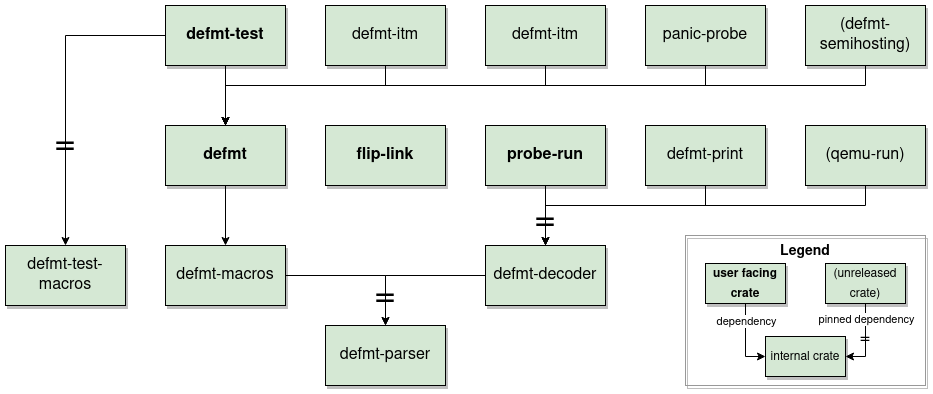
Above: assets/defmt.png in knurling-rs/defmt (draw.io), before the change. Source tidied: cells renumbered, new cells last; positions are measured from the earlier drawing's top-left corner, leaving out a move shared by most shapes.
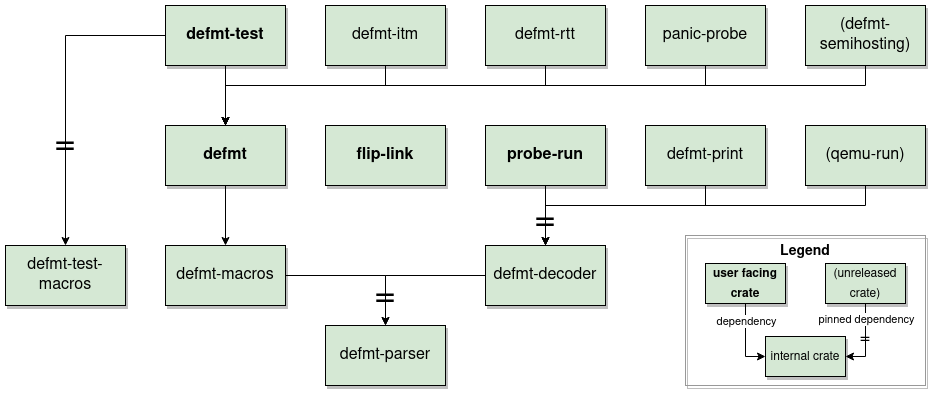
The same diagram one commit later.

Commit message:
Replace duplicate defmt-itm with defmt-rtt

What changed in the source:
```diff
@@ -68,7 +68,7 @@
         </Array>
       </mxGeometry>
     </mxCell>
-    <mxCell id="19" value="&lt;font style=&quot;font-size: 16px&quot;&gt;defmt&lt;/font&gt;-itm" style="rounded=0;whiteSpace=wrap;html=1;fontSize=16;shadow=1;fillColor=#D5E8D4;" parent="1" vertex="1">
+    <mxCell id="19" value="&lt;font style=&quot;font-size: 16px&quot;&gt;defmt&lt;/font&gt;-rtt" style="rounded=0;whiteSpace=wrap;html=1;fontSize=16;shadow=1;fillColor=#D5E8D4;" parent="1" vertex="1">
       <mxGeometry x="480" width="120" height="60" as="geometry" />
     </mxCell>
     <mxCell id="20" style="edgeStyle=orthogonalEdgeStyle;rounded=0;jettySize=auto;html=1;shadow=0;fillColor=#D5E8D4;" parent="1" edge="1" source="21" target="10">
```
